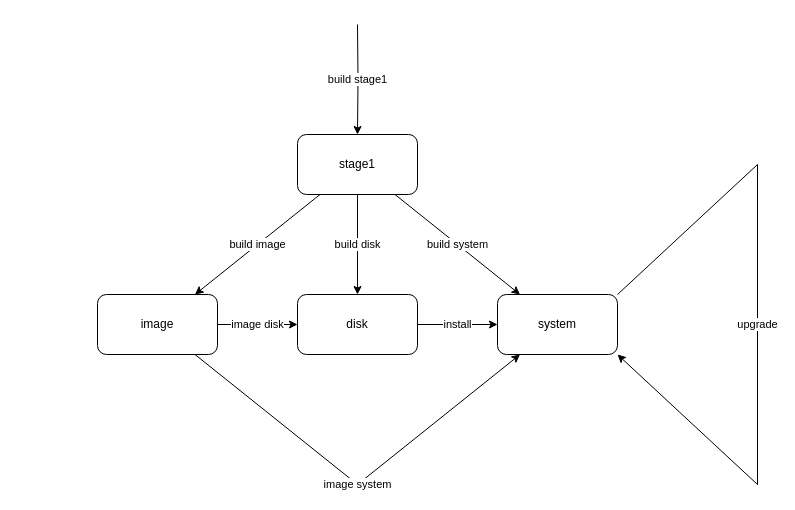
This is docs/yakd.drawio from mtaylor91/yakd, a draw.io file, before an edit. Source tidied: cells renumbered, new cells numbered last; positions are measured from the earlier drawing's top-left corner, leaving out a move shared by most shapes. Both pictures are drawn from the tidied source at 100%, with x=0, y=0 at pixel (97, 24).
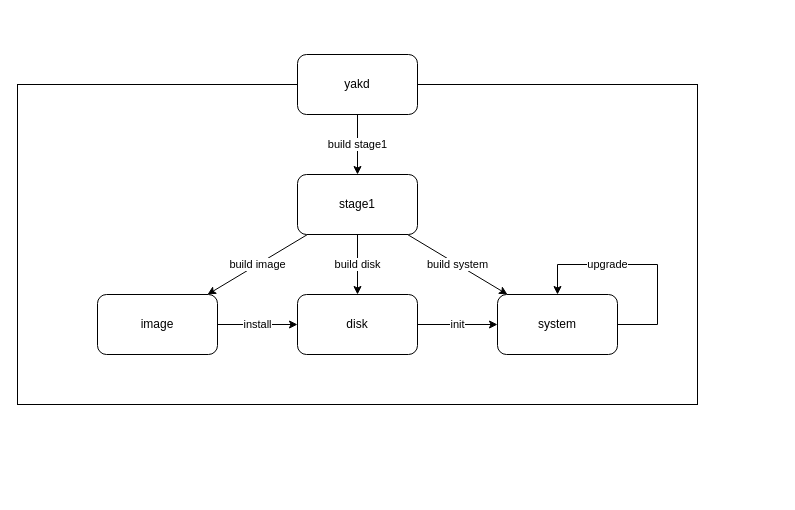
The same diagram, later.

Commit message (it also covers changes not shown here):
Update yakd diagram

What changed in the source:
```diff
@@
 <mxGraphModel>
   <root>
     <mxCell id="0" />
     <mxCell id="1" parent="0" />
+    <mxCell id="14" style="rounded=0;whiteSpace=wrap;html=1;" parent="1" vertex="1">
+      <mxGeometry x="-80" y="60" width="680" height="320" as="geometry" />
+    </mxCell>
     <mxCell id="2" value="build image" style="rounded=0;jettySize=auto;html=1;" parent="1" edge="1" source="5" target="8">
       <mxGeometry relative="1" as="geometry" />
     </mxCell>
     <mxCell id="3" value="build disk" style="edgeStyle=orthogonalEdgeStyle;rounded=0;jettySize=auto;html=1;" parent="1" edge="1" source="5" target="10">
       <mxGeometry relative="1" as="geometry" />
     </mxCell>
     <mxCell id="4" value="build system" style="rounded=0;jettySize=auto;html=1;" parent="1" edge="1" source="5" target="11">
       <mxGeometry relative="1" as="geometry" />
     </mxCell>
     <mxCell id="5" value="stage1" style="rounded=1;whiteSpace=wrap;html=1;" parent="1" vertex="1">
-      <mxGeometry x="200" y="110" width="120" height="60" as="geometry" />
+      <mxGeometry x="200" y="150" width="120" height="60" as="geometry" />
     </mxCell>
-    <mxCell id="6" value="image disk" style="edgeStyle=orthogonalEdgeStyle;rounded=0;jettySize=auto;html=1;" parent="1" edge="1" source="8" target="10">
+    <mxCell id="6" value="install" style="edgeStyle=orthogonalEdgeStyle;rounded=0;jettySize=auto;html=1;" parent="1" edge="1" source="8" target="10">
       <mxGeometry relative="1" as="geometry" />
     </mxCell>
-    <mxCell id="7" value="image system" style="rounded=0;jettySize=auto;html=1;" parent="1" edge="1" source="8" target="11">
-      <mxGeometry relative="1" as="geometry">
-        <Array as="points">
-          <mxPoint x="260" y="460" />
-        </Array>
-      </mxGeometry>
-    </mxCell>
     <mxCell id="8" value="image" style="rounded=1;whiteSpace=wrap;html=1;" parent="1" vertex="1">
       <mxGeometry y="270" width="120" height="60" as="geometry" />
     </mxCell>
-    <mxCell id="9" value="install" style="edgeStyle=orthogonalEdgeStyle;rounded=0;jettySize=auto;html=1;" parent="1" edge="1" source="10" target="11">
+    <mxCell id="9" value="init" style="edgeStyle=orthogonalEdgeStyle;rounded=0;jettySize=auto;html=1;" parent="1" edge="1" source="10" target="11">
       <mxGeometry relative="1" as="geometry" />
     </mxCell>
     <mxCell id="10" value="disk" style="rounded=1;whiteSpace=wrap;html=1;" parent="1" vertex="1">
       <mxGeometry x="200" y="270" width="120" height="60" as="geometry" />
     </mxCell>
     <mxCell id="11" value="system" style="rounded=1;whiteSpace=wrap;html=1;" parent="1" vertex="1">
       <mxGeometry x="400" y="270" width="120" height="60" as="geometry" />
     </mxCell>
-    <mxCell id="12" value="upgrade" style="edgeStyle=orthogonalEdgeStyle;rounded=0;orthogonalLoop=1;jettySize=auto;html=1;" parent="1" edge="1" source="11" target="11">
-      <mxGeometry relative="1" as="geometry">
+    <mxCell id="12" value="upgrade" style="edgeStyle=orthogonalEdgeStyle;rounded=0;orthogonalLoop=1;jettySize=auto;html=1;entryX=0.5;entryY=0;entryDx=0;entryDy=0;" parent="1" edge="1" source="11" target="11">
+      <mxGeometry x="0.3" relative="1" as="geometry">
         <Array as="points">
-          <mxPoint x="660" y="140" />
+          <mxPoint x="560" y="300" />
+          <mxPoint x="560" y="240" />
+          <mxPoint x="460" y="240" />
         </Array>
       </mxGeometry>
     </mxCell>
-    <mxCell id="13" value="build stage1" style="edgeStyle=orthogonalEdgeStyle;rounded=0;jettySize=auto;html=1;" parent="1" edge="1" target="5">
-      <mxGeometry relative="1" as="geometry">
-        <mxPoint x="260" as="sourcePoint" />
-      </mxGeometry>
+    <mxCell id="13" value="build stage1" style="edgeStyle=orthogonalEdgeStyle;rounded=0;jettySize=auto;html=1;" parent="1" edge="1" source="15" target="5">
+      <mxGeometry relative="1" as="geometry" />
     </mxCell>
+    <mxCell id="15" value="yakd" style="rounded=1;whiteSpace=wrap;html=1;" parent="1" vertex="1">
+      <mxGeometry x="200" y="30" width="120" height="60" as="geometry" />
+    </mxCell>
   </root>
 </mxGraphModel>
```
